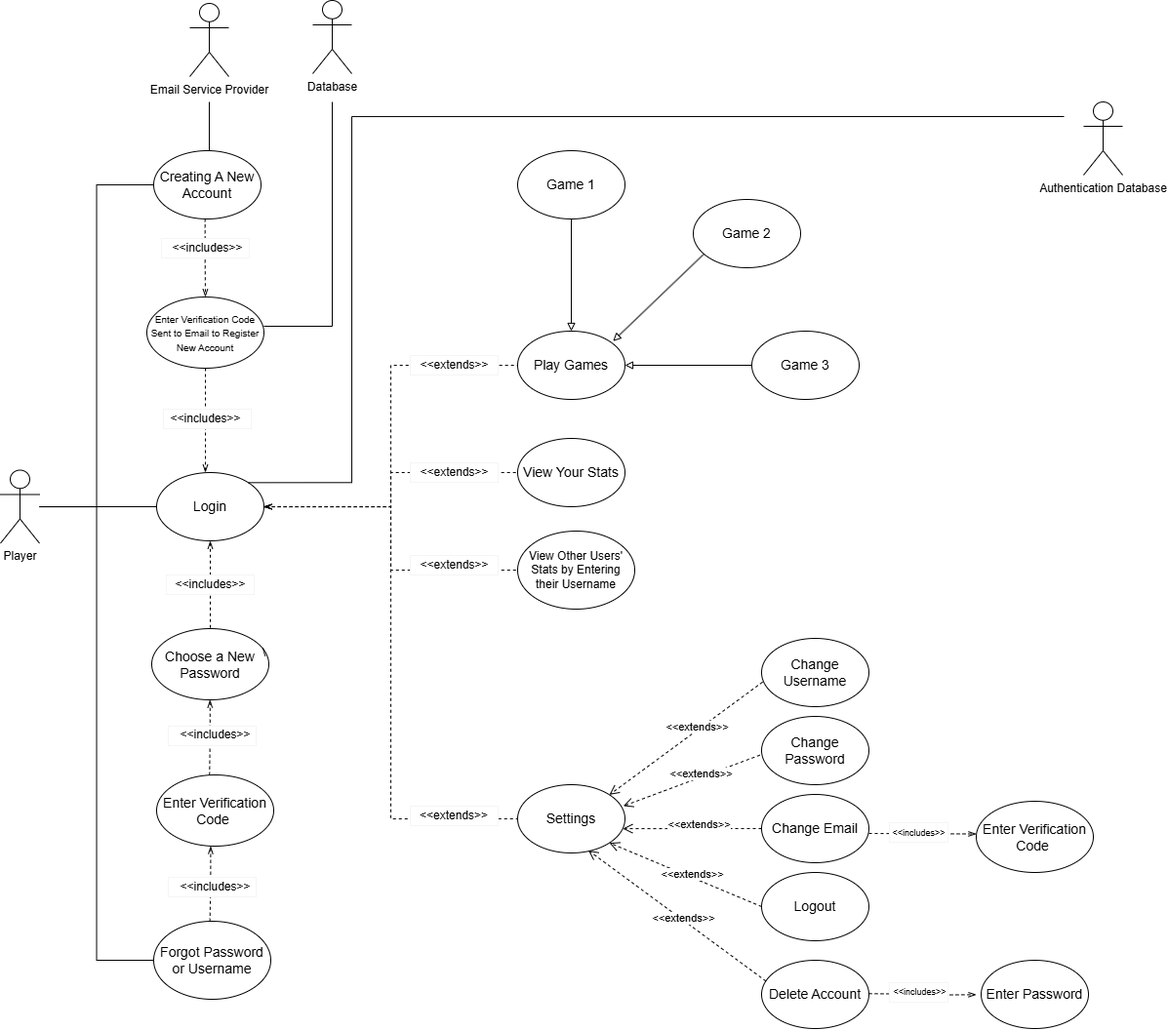
Earlier version of the draw.io export use_case_diagram.drawio.png (farshadislam/Socketed-Multigame-GUI). Source tidied: cells renumbered, new cells last; positions are measured from the earlier drawing's top-left corner, leaving out a move shared by most shapes.
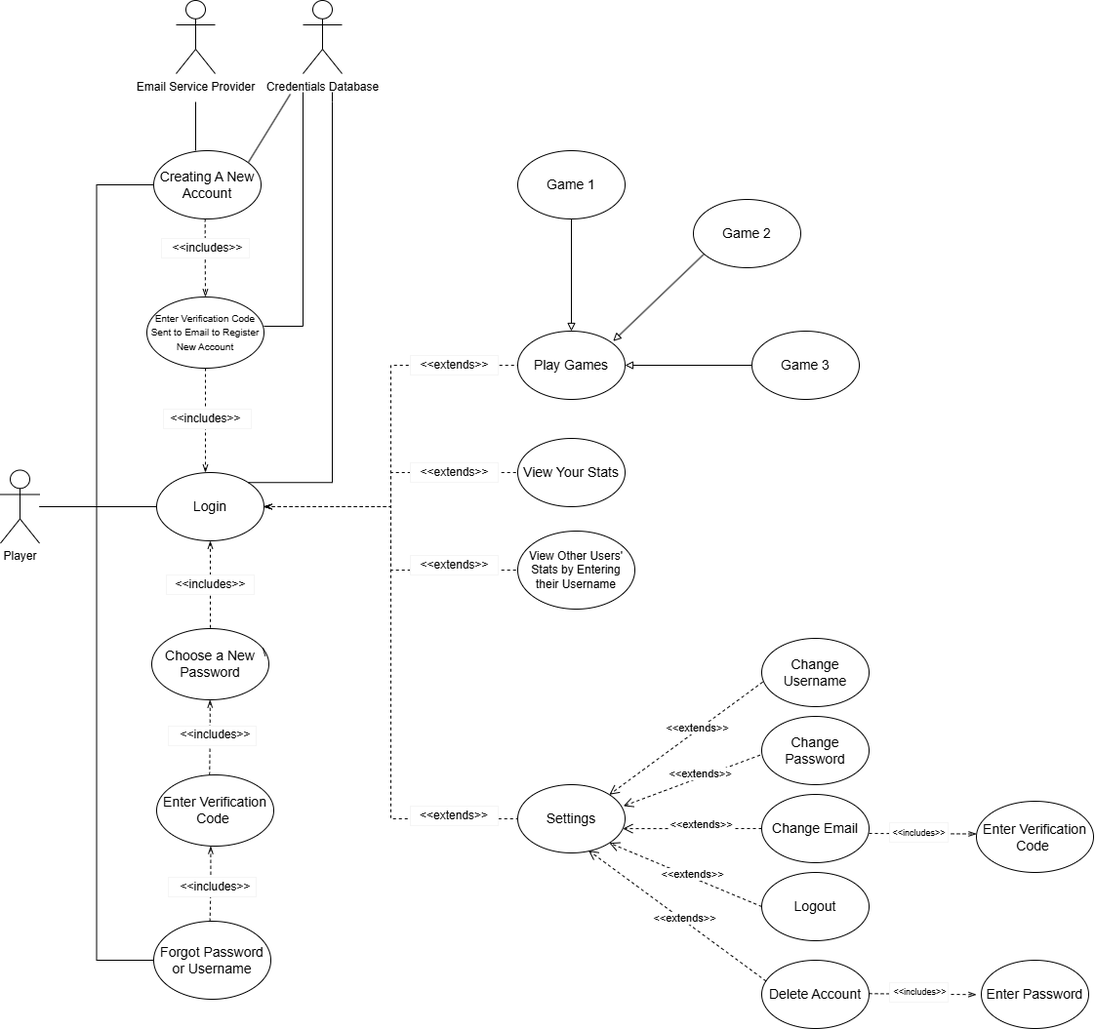
The same diagram one commit later.

Commit message:
Added the use case description for the verification code and edited the use case diagram to fix database interactions

The edit, as a diff of the source:
```diff
@@ -99,15 +99,15 @@
         <mxPoint x="627.8" y="349.3" as="sourcePoint" />
       </mxGeometry>
     </mxCell>
-    <mxCell id="32" value="Database" style="shape=umlActor;verticalLabelPosition=bottom;verticalAlign=top;html=1;" parent="1" vertex="1">
-      <mxGeometry x="320" width="40" height="75" as="geometry" />
+    <mxCell id="32" value="Credentials Database" style="shape=umlActor;verticalLabelPosition=bottom;verticalAlign=top;html=1;" parent="1" vertex="1">
+      <mxGeometry x="310" width="40" height="75" as="geometry" />
     </mxCell>
     <mxCell id="33" style="edgeStyle=orthogonalEdgeStyle;rounded=0;jettySize=auto;html=1;exitX=1;exitY=0;exitDx=0;exitDy=0;endArrow=none;startFill=0;" parent="1" edge="1" source="10">
       <mxGeometry relative="1" as="geometry">
-        <mxPoint x="1090" y="119" as="targetPoint" />
+        <mxPoint x="340" y="94" as="targetPoint" />
         <Array as="points">
-          <mxPoint x="360" y="494" />
-          <mxPoint x="360" y="119" />
+          <mxPoint x="340" y="494" />
+          <mxPoint x="340" y="104" />
         </Array>
       </mxGeometry>
     </mxCell>
@@ -242,23 +242,26 @@
     <mxCell id="70" style="endArrow=none;html=1;rounded=0;" parent="1" edge="1">
       <mxGeometry relative="1" as="geometry">
         <mxPoint x="270" y="334" as="sourcePoint" />
-        <mxPoint x="340" y="104" as="targetPoint" />
+        <mxPoint x="310" y="94" as="targetPoint" />
         <Array as="points">
-          <mxPoint x="340" y="334" />
+          <mxPoint x="310" y="334" />
         </Array>
       </mxGeometry>
     </mxCell>
-    <mxCell id="71" value="Authentication Database" style="shape=umlActor;verticalLabelPosition=bottom;verticalAlign=top;html=1;" parent="1" vertex="1">
-      <mxGeometry x="1110" y="104" width="40" height="75" as="geometry" />
-    </mxCell>
     <mxCell id="72" value="Email Service Provider" style="shape=umlActor;verticalLabelPosition=bottom;verticalAlign=top;html=1;" parent="1" vertex="1">
-      <mxGeometry x="194" y="3" width="40" height="75" as="geometry" />
+      <mxGeometry x="180" width="40" height="75" as="geometry" />
     </mxCell>
     <mxCell id="73" style="endArrow=none;html=1;rounded=0;" parent="1" edge="1">
       <mxGeometry relative="1" as="geometry">
-        <mxPoint x="214" y="154" as="sourcePoint" />
-        <mxPoint x="214" y="104" as="targetPoint" />
+        <mxPoint x="200" y="154" as="sourcePoint" />
+        <mxPoint x="200" y="104" as="targetPoint" />
       </mxGeometry>
     </mxCell>
+    <mxCell id="74" style="endArrow=none;html=1;rounded=0;" parent="1" edge="1">
+      <mxGeometry relative="1" as="geometry">
+        <mxPoint x="254" y="166" as="sourcePoint" />
+        <mxPoint x="297" y="96" as="targetPoint" />
+      </mxGeometry>
+    </mxCell>
   </root>
 </mxGraphModel>
```
